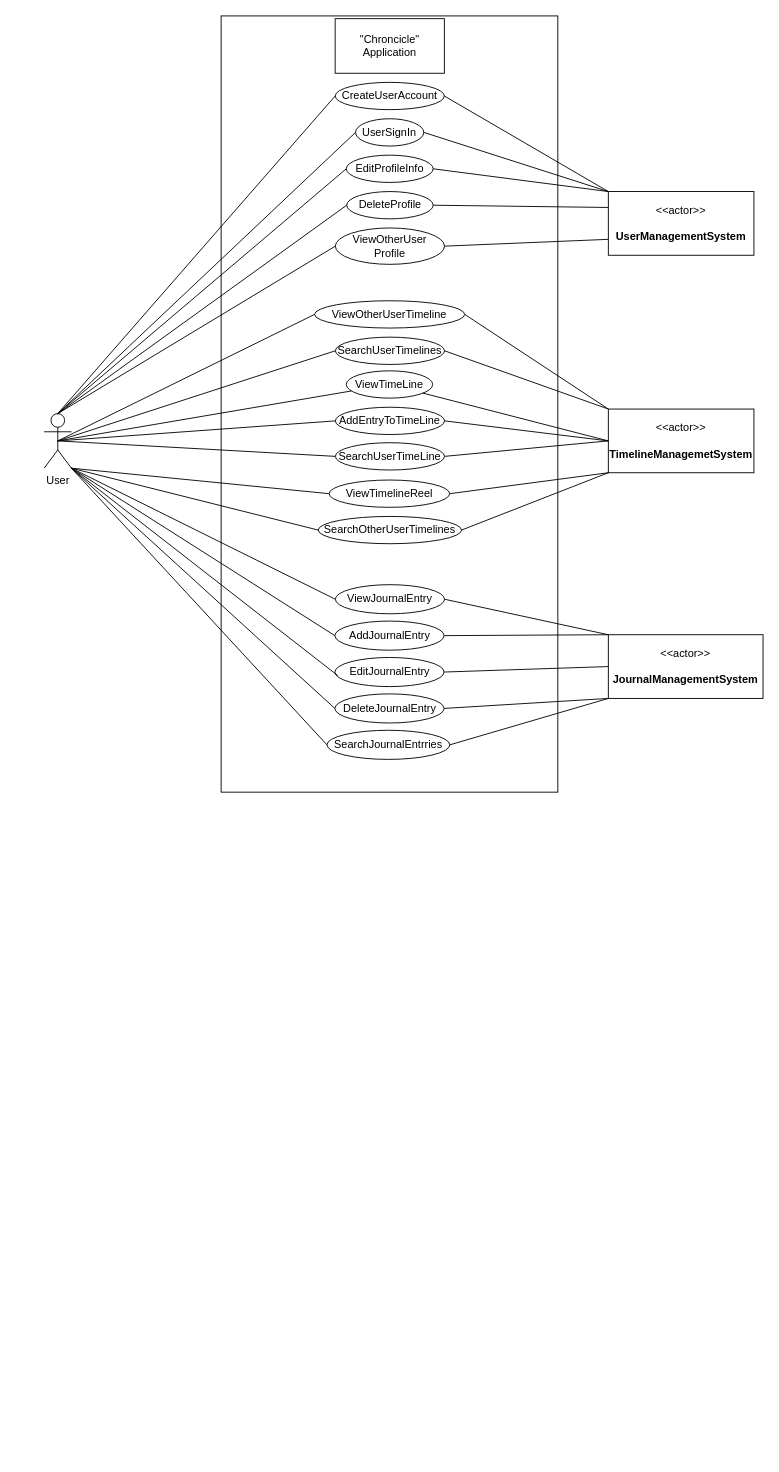
Vaibhav-G-Parmar/Chronicle-Your-Ultimate-Travel-Companion keeps this draw.io diagram as Application_System_Use_Case_Diagram.drawio. Above is the earlier version. Source tidied: cells renumbered, new cells numbered last; positions are measured from the earlier drawing's top-left corner, leaving out a move shared by most shapes. Both pictures are drawn from the tidied source at 91%, with x=0, y=0 at pixel (44, 15).
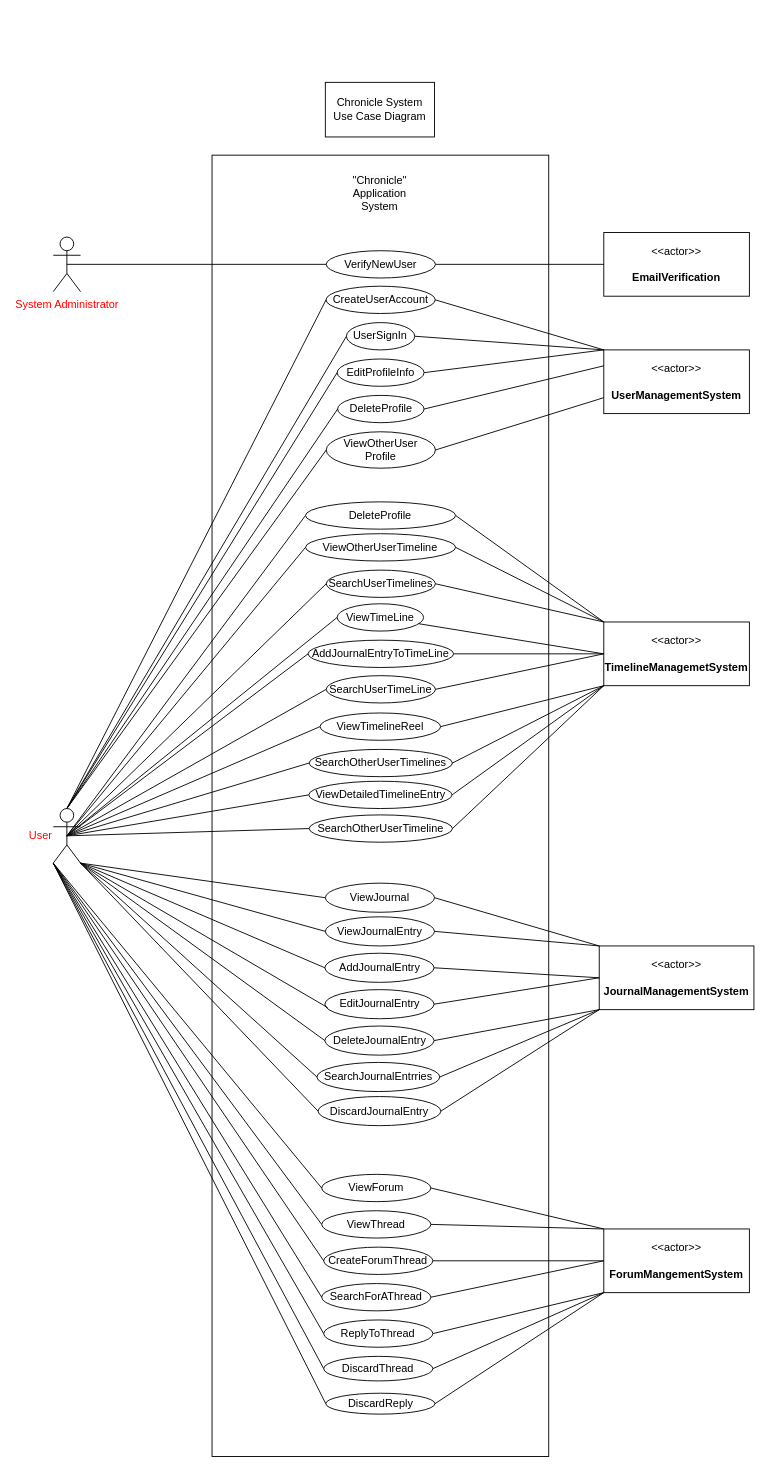
After the change.

Diff of the diagram source:
```diff
@@
     <mxCell id="2" style="rounded=0;whiteSpace=wrap;html=1;" parent="1" vertex="1">
-      <mxGeometry x="194.5" width="370" height="853" as="geometry" />
+      <mxGeometry x="184.5" y="153" width="370" height="1430" as="geometry" />
     </mxCell>
-    <mxCell id="3" value="User" style="shape=umlActor;verticalLabelPosition=bottom;verticalAlign=top;html=1;outlineConnect=0;" parent="1" vertex="1">
-      <mxGeometry y="437" width="30" height="60" as="geometry" />
-    </mxCell>
     <mxCell id="4" value="&amp;lt;&amp;lt;actor&amp;gt;&amp;gt;&lt;br&gt;&lt;br&gt;&lt;b&gt;UserManagementSystem&lt;br&gt;&lt;/b&gt;" style="html=1;align=center;verticalAlign=middle;dashed=0;whiteSpace=wrap;" parent="1" vertex="1">
-      <mxGeometry x="620" y="193" width="160" height="70" as="geometry" />
+      <mxGeometry x="615" y="367" width="160" height="70" as="geometry" />
     </mxCell>
     <mxCell id="5" value="CreateUserAccount" style="ellipse;whiteSpace=wrap;html=1;" parent="1" vertex="1">
-      <mxGeometry x="319.8" y="73" width="120" height="30" as="geometry" />
+      <mxGeometry x="309.8" y="297" width="120" height="30" as="geometry" />
     </mxCell>
     <mxCell id="6" value="UserSignIn" style="ellipse;whiteSpace=wrap;html=1;" parent="1" vertex="1">
-      <mxGeometry x="342.2" y="113" width="75" height="30" as="geometry" />
+      <mxGeometry x="332.2" y="337" width="75" height="30" as="geometry" />
     </mxCell>
@@
-    <mxCell id="11" value="&quot;Chroncicle&quot; Application" style="rounded=0;whiteSpace=wrap;html=1;" parent="1" vertex="1">
-      <mxGeometry x="319.8" y="3" width="120" height="60" as="geometry" />
-    </mxCell>
     <mxCell id="12" value="EditProfileInfo" style="ellipse;whiteSpace=wrap;html=1;" parent="1" vertex="1">
-      <mxGeometry x="332" y="153" width="95.5" height="30" as="geometry" />
+      <mxGeometry x="322" y="377" width="95.5" height="30" as="geometry" />
     </mxCell>
@@
     <mxCell id="15" value="DeleteProfile" style="ellipse;whiteSpace=wrap;html=1;" parent="1" vertex="1">
-      <mxGeometry x="332.5" y="193" width="95" height="30" as="geometry" />
+      <mxGeometry x="322.5" y="417" width="95" height="30" as="geometry" />
     </mxCell>
@@
     <mxCell id="18" value="&amp;lt;&amp;lt;actor&amp;gt;&amp;gt;&lt;br&gt;&lt;br&gt;&lt;b style=&quot;border-color: var(--border-color);&quot;&gt;TimelineManagemetSystem&lt;/b&gt;&lt;b&gt;&lt;br&gt;&lt;/b&gt;" style="html=1;align=center;verticalAlign=middle;dashed=0;whiteSpace=wrap;" parent="1" vertex="1">
-      <mxGeometry x="620" y="432" width="160" height="70" as="geometry" />
+      <mxGeometry x="615" y="666" width="160" height="70" as="geometry" />
     </mxCell>
     <mxCell id="19" value="ViewOtherUserTimeline" style="ellipse;whiteSpace=wrap;html=1;" parent="1" vertex="1">
-      <mxGeometry x="297.2" y="313" width="165" height="30" as="geometry" />
+      <mxGeometry x="287.2" y="569" width="165" height="30" as="geometry" />
     </mxCell>
@@
     <mxCell id="21" value="SearchUserTimelines" style="ellipse;whiteSpace=wrap;html=1;" parent="1" vertex="1">
-      <mxGeometry x="320" y="353" width="120" height="30" as="geometry" />
+      <mxGeometry x="310" y="609" width="120" height="30" as="geometry" />
     </mxCell>
@@
     <mxCell id="25" value="ViewTimeLine" style="ellipse;whiteSpace=wrap;html=1;" parent="1" vertex="1">
-      <mxGeometry x="332" y="390" width="95" height="30" as="geometry" />
+      <mxGeometry x="322" y="646" width="95" height="30" as="geometry" />
     </mxCell>
-    <mxCell id="26" style="endArrow=none;html=1;rounded=0;exitX=0.5;exitY=0.5;exitDx=0;exitDy=0;exitPerimeter=0;" parent="1" edge="1" source="3" target="25">
+    <mxCell id="26" style="endArrow=none;html=1;rounded=0;exitX=0.5;exitY=0.5;exitDx=0;exitDy=0;exitPerimeter=0;entryX=0;entryY=0.5;entryDx=0;entryDy=0;" parent="1" edge="1" source="3" target="25">
       <mxGeometry relative="1" as="geometry" />
     </mxCell>
     <mxCell id="27" value="SearchUserTimeLine" style="ellipse;whiteSpace=wrap;html=1;" parent="1" vertex="1">
-      <mxGeometry x="320" y="469" width="120" height="30" as="geometry" />
+      <mxGeometry x="310" y="725" width="120" height="30" as="geometry" />
     </mxCell>
@@
-    <mxCell id="30" value="AddEntryToTimeLine" style="ellipse;whiteSpace=wrap;html=1;" parent="1" vertex="1">
-      <mxGeometry x="320" y="430" width="120" height="30" as="geometry" />
+    <mxCell id="30" value="AddJournalEntryToTimeLine" style="ellipse;whiteSpace=wrap;html=1;" parent="1" vertex="1">
+      <mxGeometry x="290" y="686" width="160" height="30" as="geometry" />
     </mxCell>
@@
     <mxCell id="34" value="ViewOtherUser Profile" style="ellipse;whiteSpace=wrap;html=1;" parent="1" vertex="1">
-      <mxGeometry x="320" y="233" width="120" height="40" as="geometry" />
+      <mxGeometry x="310" y="457" width="120" height="40" as="geometry" />
     </mxCell>
@@
     <mxCell id="37" value="ViewTimelineReel" style="ellipse;whiteSpace=wrap;html=1;" parent="1" vertex="1">
-      <mxGeometry x="313.2" y="510" width="132.5" height="30" as="geometry" />
+      <mxGeometry x="303.2" y="766" width="132.5" height="30" as="geometry" />
     </mxCell>
-    <mxCell id="38" style="endArrow=none;html=1;rounded=0;entryX=0;entryY=0.5;entryDx=0;entryDy=0;exitX=1;exitY=1;exitDx=0;exitDy=0;exitPerimeter=0;" parent="1" edge="1" source="3" target="37">
+    <mxCell id="38" style="endArrow=none;html=1;rounded=0;entryX=0;entryY=0.5;entryDx=0;entryDy=0;exitX=0.5;exitY=0.5;exitDx=0;exitDy=0;exitPerimeter=0;" parent="1" edge="1" source="3" target="37">
       <mxGeometry relative="1" as="geometry" />
     </mxCell>
@@
     <mxCell id="40" value="SearchOtherUserTimelines" style="ellipse;whiteSpace=wrap;html=1;" parent="1" vertex="1">
-      <mxGeometry x="301.2" y="550" width="157.5" height="30" as="geometry" />
+      <mxGeometry x="291.2" y="806" width="157.5" height="30" as="geometry" />
     </mxCell>
-    <mxCell id="41" style="endArrow=none;html=1;rounded=0;entryX=0;entryY=0.5;entryDx=0;entryDy=0;exitX=1;exitY=1;exitDx=0;exitDy=0;exitPerimeter=0;" parent="1" edge="1" source="3" target="40">
+    <mxCell id="41" style="endArrow=none;html=1;rounded=0;entryX=0;entryY=0.5;entryDx=0;entryDy=0;exitX=0.5;exitY=0.5;exitDx=0;exitDy=0;exitPerimeter=0;" parent="1" edge="1" source="3" target="40">
       <mxGeometry relative="1" as="geometry" />
     </mxCell>
@@
     <mxCell id="43" value="ViewJournalEntry" style="ellipse;whiteSpace=wrap;html=1;" parent="1" vertex="1">
-      <mxGeometry x="320" y="625" width="120" height="32" as="geometry" />
+      <mxGeometry x="309" y="990" width="120" height="32" as="geometry" />
     </mxCell>
     <mxCell id="44" value="&amp;lt;&amp;lt;actor&amp;gt;&amp;gt;&lt;br&gt;&lt;br&gt;&lt;b&gt;JournalManagementSystem&lt;br&gt;&lt;/b&gt;" style="html=1;align=center;verticalAlign=middle;dashed=0;whiteSpace=wrap;" parent="1" vertex="1">
-      <mxGeometry x="620" y="680" width="170" height="70" as="geometry" />
+      <mxGeometry x="610" y="1022" width="170" height="70" as="geometry" />
     </mxCell>
@@
     <mxCell id="46" value="SearchJournalEntrries" style="ellipse;whiteSpace=wrap;html=1;" parent="1" vertex="1">
-      <mxGeometry x="310.8" y="785" width="135" height="32" as="geometry" />
+      <mxGeometry x="299.8" y="1150" width="135" height="32" as="geometry" />
     </mxCell>
@@
     <mxCell id="49" value="AddJournalEntry" style="ellipse;whiteSpace=wrap;html=1;" parent="1" vertex="1">
-      <mxGeometry x="319.5" y="665" width="120" height="32" as="geometry" />
+      <mxGeometry x="308.5" y="1030" width="120" height="32" as="geometry" />
     </mxCell>
     <mxCell id="50" value="DeleteJournalEntry" style="ellipse;whiteSpace=wrap;html=1;" parent="1" vertex="1">
-      <mxGeometry x="319.5" y="745" width="120" height="32" as="geometry" />
+      <mxGeometry x="308.5" y="1110" width="120" height="32" as="geometry" />
     </mxCell>
     <mxCell id="51" value="EditJournalEntry" style="ellipse;whiteSpace=wrap;html=1;" parent="1" vertex="1">
-      <mxGeometry x="319.5" y="705" width="120" height="32" as="geometry" />
+      <mxGeometry x="308.5" y="1070" width="120" height="32" as="geometry" />
     </mxCell>
@@
-    <mxCell id="58" style="endArrow=none;html=1;rounded=0;exitX=1;exitY=0.5;exitDx=0;exitDy=0;entryX=0;entryY=0;entryDx=0;entryDy=0;" parent="1" edge="1" source="49" target="44">
+    <mxCell id="58" style="endArrow=none;html=1;rounded=0;exitX=1;exitY=0.5;exitDx=0;exitDy=0;entryX=0;entryY=0.5;entryDx=0;entryDy=0;" parent="1" edge="1" source="49" target="44">
       <mxGeometry relative="1" as="geometry" />
     </mxCell>
+    <mxCell id="59" value="ViewDetailedTimelineEntry" style="ellipse;whiteSpace=wrap;html=1;" parent="1" vertex="1">
+      <mxGeometry x="290.8" y="841" width="157.5" height="30" as="geometry" />
+    </mxCell>
+    <mxCell id="60" style="endArrow=none;html=1;rounded=0;entryX=0;entryY=0.5;entryDx=0;entryDy=0;exitX=0.5;exitY=0.5;exitDx=0;exitDy=0;exitPerimeter=0;" parent="1" edge="1" source="3" target="59">
+      <mxGeometry relative="1" as="geometry" />
+    </mxCell>
+    <mxCell id="61" style="endArrow=none;html=1;rounded=0;exitX=1;exitY=0.5;exitDx=0;exitDy=0;entryX=0;entryY=1;entryDx=0;entryDy=0;" parent="1" edge="1" source="59" target="18">
+      <mxGeometry relative="1" as="geometry" />
+    </mxCell>
+    <mxCell id="62" value="ViewJournal" style="ellipse;whiteSpace=wrap;html=1;" parent="1" vertex="1">
+      <mxGeometry x="309" y="953" width="120" height="32" as="geometry" />
+    </mxCell>
+    <mxCell id="63" style="endArrow=none;html=1;rounded=0;entryX=0;entryY=0.5;entryDx=0;entryDy=0;exitX=1;exitY=1;exitDx=0;exitDy=0;exitPerimeter=0;" parent="1" edge="1" source="3" target="62">
+      <mxGeometry relative="1" as="geometry" />
+    </mxCell>
+    <mxCell id="64" style="endArrow=none;html=1;rounded=0;exitX=1;exitY=0.5;exitDx=0;exitDy=0;entryX=0;entryY=0;entryDx=0;entryDy=0;" parent="1" edge="1" source="62" target="44">
+      <mxGeometry relative="1" as="geometry" />
+    </mxCell>
+    <mxCell id="65" value="DiscardJournalEntry" style="ellipse;whiteSpace=wrap;html=1;" parent="1" vertex="1">
+      <mxGeometry x="301" y="1187.5" width="135" height="32" as="geometry" />
+    </mxCell>
+    <mxCell id="66" style="endArrow=none;html=1;rounded=0;entryX=0;entryY=0.5;entryDx=0;entryDy=0;exitX=1;exitY=1;exitDx=0;exitDy=0;exitPerimeter=0;" parent="1" edge="1" source="3" target="65">
+      <mxGeometry relative="1" as="geometry" />
+    </mxCell>
+    <mxCell id="67" style="endArrow=none;html=1;rounded=0;exitX=1;exitY=0.5;exitDx=0;exitDy=0;entryX=0;entryY=1;entryDx=0;entryDy=0;" parent="1" edge="1" source="65" target="44">
+      <mxGeometry relative="1" as="geometry" />
+    </mxCell>
+    <mxCell id="68" value="DeleteProfile" style="ellipse;whiteSpace=wrap;html=1;" parent="1" vertex="1">
+      <mxGeometry x="287.2" y="534" width="165" height="30" as="geometry" />
+    </mxCell>
+    <mxCell id="69" style="endArrow=none;html=1;rounded=0;entryX=0;entryY=0.5;entryDx=0;entryDy=0;exitX=0.5;exitY=0.5;exitDx=0;exitDy=0;exitPerimeter=0;" parent="1" edge="1" source="3" target="68">
+      <mxGeometry relative="1" as="geometry" />
+    </mxCell>
+    <mxCell id="70" style="endArrow=none;html=1;rounded=0;exitX=1;exitY=0.5;exitDx=0;exitDy=0;entryX=0;entryY=0;entryDx=0;entryDy=0;" parent="1" edge="1" source="68" target="18">
+      <mxGeometry relative="1" as="geometry" />
+    </mxCell>
+    <mxCell id="71" value="ViewThread" style="ellipse;whiteSpace=wrap;html=1;" parent="1" vertex="1">
+      <mxGeometry x="305" y="1313" width="120" height="30" as="geometry" />
+    </mxCell>
+    <mxCell id="72" value="&amp;lt;&amp;lt;actor&amp;gt;&amp;gt;&lt;br&gt;&lt;br&gt;&lt;b style=&quot;border-color: var(--border-color);&quot;&gt;ForumMangementSystem&lt;/b&gt;&lt;b&gt;&lt;br&gt;&lt;/b&gt;" style="html=1;align=center;verticalAlign=middle;dashed=0;whiteSpace=wrap;" parent="1" vertex="1">
+      <mxGeometry x="615" y="1333" width="160" height="70" as="geometry" />
+    </mxCell>
+    <mxCell id="73" style="endArrow=none;html=1;rounded=0;entryX=0;entryY=0.5;entryDx=0;entryDy=0;exitX=0;exitY=1;exitDx=0;exitDy=0;exitPerimeter=0;" parent="1" edge="1" source="3" target="71">
+      <mxGeometry relative="1" as="geometry" />
+    </mxCell>
+    <mxCell id="74" value="SearchForAThread" style="ellipse;whiteSpace=wrap;html=1;" parent="1" vertex="1">
+      <mxGeometry x="305" y="1393" width="120" height="30" as="geometry" />
+    </mxCell>
+    <mxCell id="75" style="endArrow=none;html=1;rounded=0;entryX=0;entryY=0.5;entryDx=0;entryDy=0;exitX=0;exitY=1;exitDx=0;exitDy=0;exitPerimeter=0;" parent="1" edge="1" source="3" target="74">
+      <mxGeometry relative="1" as="geometry" />
+    </mxCell>
+    <mxCell id="76" style="endArrow=none;html=1;rounded=0;exitX=1;exitY=0.5;exitDx=0;exitDy=0;entryX=0;entryY=0.5;entryDx=0;entryDy=0;" parent="1" edge="1" source="74" target="72">
+      <mxGeometry relative="1" as="geometry" />
+    </mxCell>
+    <mxCell id="77" value="CreateForumThread" style="ellipse;whiteSpace=wrap;html=1;" parent="1" vertex="1">
+      <mxGeometry x="307.2" y="1353" width="120" height="30" as="geometry" />
+    </mxCell>
+    <mxCell id="78" style="endArrow=none;html=1;rounded=0;entryX=0;entryY=0.5;entryDx=0;entryDy=0;exitX=0;exitY=1;exitDx=0;exitDy=0;exitPerimeter=0;" parent="1" edge="1" source="3" target="77">
+      <mxGeometry relative="1" as="geometry" />
+    </mxCell>
+    <mxCell id="79" style="endArrow=none;html=1;rounded=0;exitX=1;exitY=0.5;exitDx=0;exitDy=0;entryX=0;entryY=0.5;entryDx=0;entryDy=0;" parent="1" edge="1" source="77" target="72">
+      <mxGeometry relative="1" as="geometry" />
+    </mxCell>
+    <mxCell id="80" style="endArrow=none;html=1;rounded=0;exitX=1;exitY=0.5;exitDx=0;exitDy=0;entryX=0;entryY=0;entryDx=0;entryDy=0;" parent="1" edge="1" source="71" target="72">
+      <mxGeometry relative="1" as="geometry" />
+    </mxCell>
+    <mxCell id="81" value="ViewForum" style="ellipse;whiteSpace=wrap;html=1;" parent="1" vertex="1">
+      <mxGeometry x="305" y="1273" width="120" height="30" as="geometry" />
+    </mxCell>
+    <mxCell id="82" style="endArrow=none;html=1;rounded=0;entryX=0;entryY=0.5;entryDx=0;entryDy=0;exitX=0;exitY=1;exitDx=0;exitDy=0;exitPerimeter=0;" parent="1" edge="1" source="3" target="81">
+      <mxGeometry relative="1" as="geometry" />
+    </mxCell>
+    <mxCell id="83" style="endArrow=none;html=1;rounded=0;exitX=1;exitY=0.5;exitDx=0;exitDy=0;entryX=0;entryY=0;entryDx=0;entryDy=0;" parent="1" edge="1" source="81" target="72">
+      <mxGeometry relative="1" as="geometry" />
+    </mxCell>
+    <mxCell id="3" value="User" style="shape=umlActor;verticalLabelPosition=middle;verticalAlign=middle;html=1;outlineConnect=0;fontColor=#ff0000;labelPosition=left;align=right;" parent="1" vertex="1">
+      <mxGeometry x="10" y="871" width="30" height="60" as="geometry" />
+    </mxCell>
+    <mxCell id="84" value="ReplyToThread" style="ellipse;whiteSpace=wrap;html=1;" parent="1" vertex="1">
+      <mxGeometry x="307.2" y="1433" width="120" height="30" as="geometry" />
+    </mxCell>
+    <mxCell id="85" style="endArrow=none;html=1;rounded=0;exitX=0;exitY=1;exitDx=0;exitDy=0;exitPerimeter=0;entryX=0;entryY=0.5;entryDx=0;entryDy=0;" parent="1" edge="1" source="3" target="84">
+      <mxGeometry relative="1" as="geometry" />
+    </mxCell>
+    <mxCell id="86" style="endArrow=none;html=1;rounded=0;entryX=0;entryY=1;entryDx=0;entryDy=0;exitX=1;exitY=0.5;exitDx=0;exitDy=0;" parent="1" edge="1" source="84" target="72">
+      <mxGeometry relative="1" as="geometry" />
+    </mxCell>
+    <mxCell id="87" value="DiscardThread" style="ellipse;whiteSpace=wrap;html=1;" parent="1" vertex="1">
+      <mxGeometry x="307.2" y="1473" width="120" height="27" as="geometry" />
+    </mxCell>
+    <mxCell id="88" style="endArrow=none;html=1;rounded=0;entryX=0;entryY=1;entryDx=0;entryDy=0;entryPerimeter=0;exitX=0;exitY=0.5;exitDx=0;exitDy=0;" parent="1" edge="1" source="87" target="3">
+      <mxGeometry relative="1" as="geometry" />
+    </mxCell>
+    <mxCell id="89" style="endArrow=none;html=1;rounded=0;entryX=0;entryY=1;entryDx=0;entryDy=0;exitX=1;exitY=0.5;exitDx=0;exitDy=0;" parent="1" edge="1" source="87" target="72">
+      <mxGeometry relative="1" as="geometry" />
+    </mxCell>
+    <mxCell id="90" value="DiscardReply" style="ellipse;whiteSpace=wrap;html=1;" parent="1" vertex="1">
+      <mxGeometry x="309.5" y="1513.5" width="120" height="23" as="geometry" />
+    </mxCell>
+    <mxCell id="91" style="endArrow=none;html=1;rounded=0;entryX=0;entryY=1;entryDx=0;entryDy=0;entryPerimeter=0;exitX=0;exitY=0.5;exitDx=0;exitDy=0;" parent="1" edge="1" source="90" target="3">
+      <mxGeometry relative="1" as="geometry" />
+    </mxCell>
+    <mxCell id="92" style="endArrow=none;html=1;rounded=0;exitX=1;exitY=0.5;exitDx=0;exitDy=0;entryX=0;entryY=1;entryDx=0;entryDy=0;" parent="1" edge="1" source="90" target="72">
+      <mxGeometry relative="1" as="geometry" />
+    </mxCell>
+    <mxCell id="93" value="SearchOtherUserTimeline" style="ellipse;whiteSpace=wrap;html=1;" parent="1" vertex="1">
+      <mxGeometry x="291.2" y="878" width="157.5" height="30" as="geometry" />
+    </mxCell>
+    <mxCell id="94" style="endArrow=none;html=1;rounded=0;exitX=0.5;exitY=0.5;exitDx=0;exitDy=0;exitPerimeter=0;entryX=0;entryY=0.5;entryDx=0;entryDy=0;" parent="1" edge="1" source="3" target="93">
+      <mxGeometry relative="1" as="geometry" />
+    </mxCell>
+    <mxCell id="95" style="endArrow=none;html=1;rounded=0;exitX=1;exitY=0.5;exitDx=0;exitDy=0;entryX=0;entryY=1;entryDx=0;entryDy=0;" parent="1" edge="1" source="93" target="18">
+      <mxGeometry relative="1" as="geometry" />
+    </mxCell>
+    <mxCell id="96" value="&lt;br&gt;&lt;span style=&quot;color: rgb(0, 0, 0); font-family: Helvetica; font-size: 12px; font-style: normal; font-variant-ligatures: normal; font-variant-caps: normal; font-weight: 400; letter-spacing: normal; orphans: 2; text-align: center; text-indent: 0px; text-transform: none; widows: 2; word-spacing: 0px; -webkit-text-stroke-width: 0px; background-color: rgb(251, 251, 251); text-decoration-thickness: initial; text-decoration-style: initial; text-decoration-color: initial; float: none; display: inline !important;&quot;&gt;&quot;Chronicle&quot; Application System&lt;/span&gt;" style="text;html=1;strokeColor=none;fillColor=none;align=center;verticalAlign=middle;whiteSpace=wrap;rounded=0;" parent="1" vertex="1">
+      <mxGeometry x="338.5" y="173" width="60" height="30" as="geometry" />
+    </mxCell>
+    <mxCell id="97" value="Chronicle System Use Case Diagram" style="rounded=0;whiteSpace=wrap;html=1;" parent="1" vertex="1">
+      <mxGeometry x="309" y="73" width="120" height="60" as="geometry" />
+    </mxCell>
+    <mxCell id="98" value="System Administrator" style="shape=umlActor;verticalLabelPosition=bottom;verticalAlign=top;html=1;outlineConnect=0;labelPosition=center;align=center;fontColor=#ff0000;" parent="1" vertex="1">
+      <mxGeometry x="10" y="243" width="30" height="60" as="geometry" />
+    </mxCell>
+    <mxCell id="99" value="VerifyNewUser" style="ellipse;whiteSpace=wrap;html=1;" parent="1" vertex="1">
+      <mxGeometry x="310" y="258" width="120" height="30" as="geometry" />
+    </mxCell>
+    <mxCell id="100" style="endArrow=none;html=1;rounded=0;exitX=0.5;exitY=0.5;exitDx=0;exitDy=0;exitPerimeter=0;entryX=0;entryY=0.5;entryDx=0;entryDy=0;" parent="1" edge="1" source="98" target="99">
+      <mxGeometry relative="1" as="geometry" />
+    </mxCell>
+    <mxCell id="101" value="&amp;lt;&amp;lt;actor&amp;gt;&amp;gt;&lt;br&gt;&lt;br&gt;&lt;b&gt;EmailVerification&lt;br&gt;&lt;/b&gt;" style="html=1;align=center;verticalAlign=middle;dashed=0;whiteSpace=wrap;" parent="1" vertex="1">
+      <mxGeometry x="615" y="238" width="160" height="70" as="geometry" />
+    </mxCell>
+    <mxCell id="102" style="endArrow=none;html=1;rounded=0;entryX=0;entryY=0.5;entryDx=0;entryDy=0;exitX=1;exitY=0.5;exitDx=0;exitDy=0;" parent="1" edge="1" source="99" target="101">
+      <mxGeometry relative="1" as="geometry" />
+    </mxCell>
```
